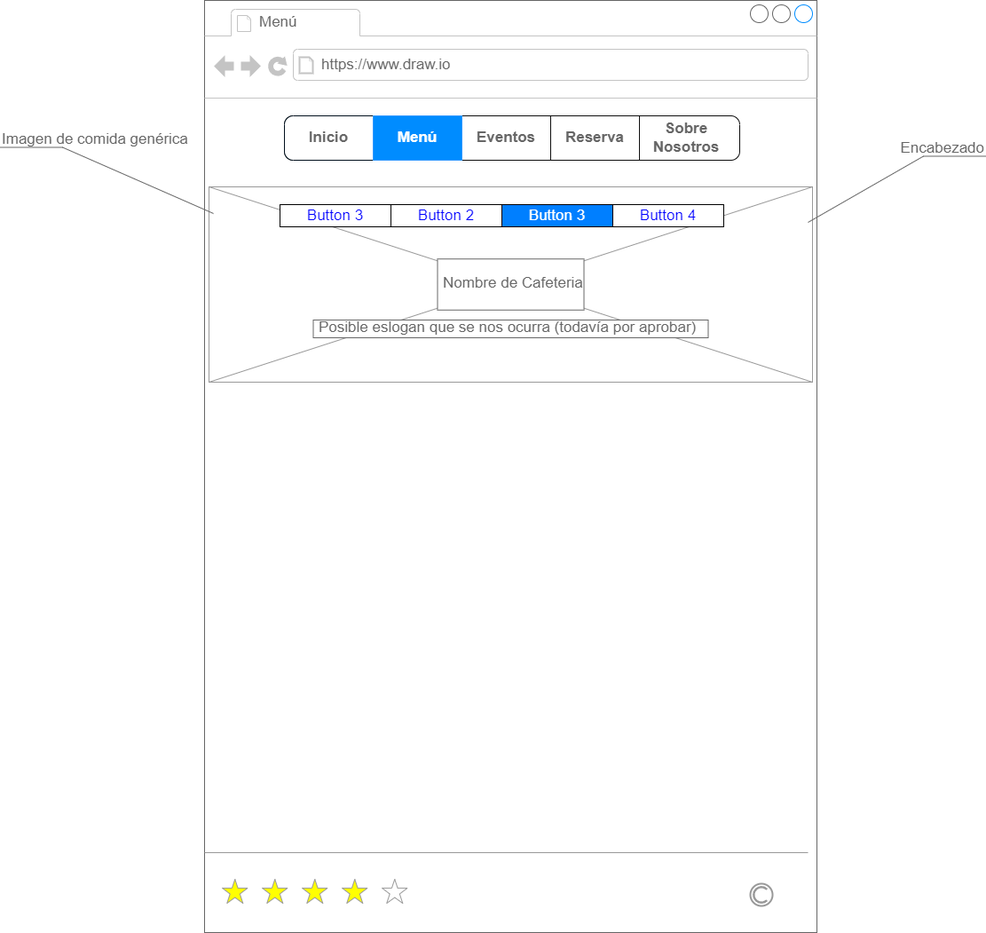
luciarinconpozo/Cibercafe keeps this draw.io diagram as MOCKUPS/Mockups_Cibercafé-Menu.drawio.png. Above is the earlier version. Source tidied: cells renumbered, new cells last; positions are measured from the earlier drawing's top-left corner, leaving out a move shared by most shapes.
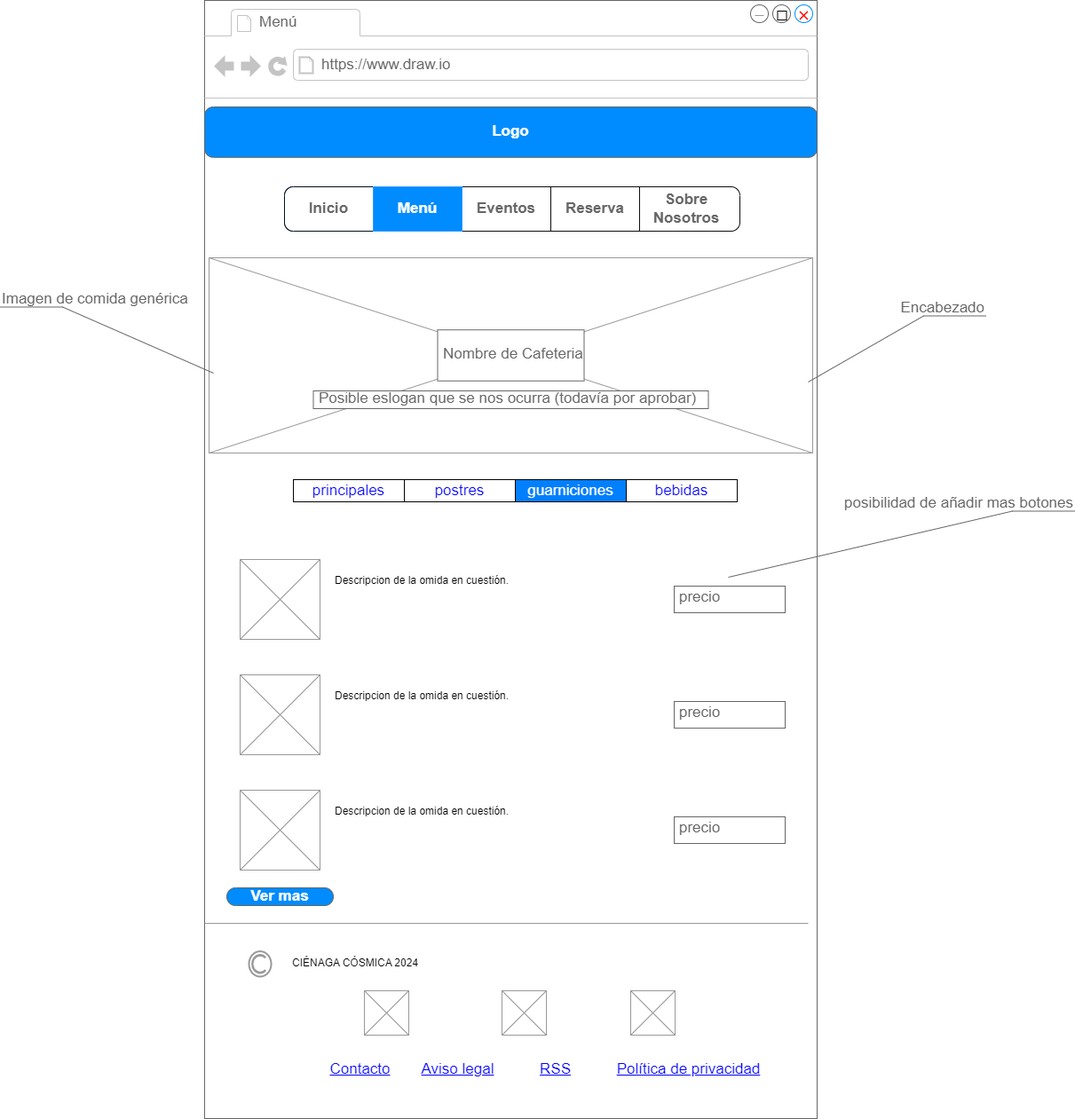
After the change.

Change to the diagram source:
```diff
@@ -3,7 +3,7 @@
     <mxCell id="0" />
     <mxCell id="1" parent="0" />
     <mxCell id="2" style="strokeWidth=1;shadow=0;dashed=0;align=center;html=1;shape=mxgraph.mockup.containers.browserWindow;rSize=0;strokeColor=#666666;strokeColor2=#008cff;strokeColor3=#c4c4c4;mainText=,;" parent="1" vertex="1">
-      <mxGeometry x="230" width="690" height="1050" as="geometry" />
+      <mxGeometry x="230" y="-180" width="690" height="1260" as="geometry" />
     </mxCell>
     <mxCell id="3" value="Menú" style="strokeWidth=1;shadow=0;dashed=0;align=center;html=1;shape=mxgraph.mockup.containers.anchor;fontSize=17;fontColor=#666666;align=left;whiteSpace=wrap;" parent="2" vertex="1">
       <mxGeometry x="60" y="12" width="110" height="26" as="geometry" />
@@ -11,41 +11,35 @@
     <mxCell id="4" value="https://www.draw.io" style="strokeWidth=1;shadow=0;dashed=0;align=center;html=1;shape=mxgraph.mockup.containers.anchor;rSize=0;fontSize=17;fontColor=#666666;align=left;" parent="2" vertex="1">
       <mxGeometry x="130" y="60" width="250" height="26" as="geometry" />
     </mxCell>
-    <mxCell id="5" style="verticalLabelPosition=bottom;shadow=0;dashed=0;align=center;html=1;verticalAlign=top;strokeWidth=1;shape=mxgraph.mockup.misc.rating;strokeColor=#999999;fillColor=#ffff00;emptyFillColor=#ffffff;grade=4;ratingScale=5;ratingStyle=star;" parent="2" vertex="1">
-      <mxGeometry x="20" y="990" width="225" height="30" as="geometry" />
-    </mxCell>
     <mxCell id="6" style="verticalLabelPosition=bottom;shadow=0;dashed=0;align=center;html=1;verticalAlign=top;strokeWidth=1;shape=mxgraph.mockup.markup.line;strokeColor=#999999;" parent="2" vertex="1">
-      <mxGeometry y="950" width="680" height="20" as="geometry" />
+      <mxGeometry y="1030" width="680" height="20" as="geometry" />
     </mxCell>
-    <mxCell id="7" style="strokeColor=#999999;verticalLabelPosition=bottom;shadow=0;dashed=0;verticalAlign=top;strokeWidth=2;html=1;shape=mxgraph.mockup.misc.copyrightIcon;" parent="2" vertex="1">
-      <mxGeometry x="615" y="995" width="25" height="25" as="geometry" />
-    </mxCell>
     <mxCell id="8" style="verticalLabelPosition=bottom;shadow=0;dashed=0;align=center;html=1;verticalAlign=top;strokeWidth=1;shape=mxgraph.mockup.graphics.simpleIcon;strokeColor=#999999;" parent="2" vertex="1">
-      <mxGeometry x="5" y="210" width="680" height="220" as="geometry" />
+      <mxGeometry x="5" y="290" width="680" height="220" as="geometry" />
     </mxCell>
     <mxCell id="9" value="Nombre de Cafeteria" style="strokeWidth=1;shadow=0;dashed=0;align=center;html=1;shape=mxgraph.mockup.text.textBox;fontColor=#666666;align=left;fontSize=17;spacingLeft=4;spacingTop=-3;whiteSpace=wrap;strokeColor=#666666;mainText=;" parent="2" vertex="1">
-      <mxGeometry x="262.5" y="291.2" width="165" height="57.5" as="geometry" />
+      <mxGeometry x="262.5" y="371.2" width="165" height="57.5" as="geometry" />
     </mxCell>
     <mxCell id="10" style="strokeWidth=1;shadow=0;dashed=0;align=center;html=1;shape=mxgraph.mockup.text.rrect;rSize=0;strokeColor=#000000;" parent="2" vertex="1">
-      <mxGeometry x="85" y="230" width="500" height="25" as="geometry" />
+      <mxGeometry x="100" y="540" width="500" height="25" as="geometry" />
     </mxCell>
-    <mxCell id="11" value="Button 2" style="strokeColor=inherit;fillColor=inherit;gradientColor=inherit;strokeWidth=1;shadow=0;dashed=0;align=center;html=1;shape=mxgraph.mockup.text.rrect;rSize=0;fontSize=17;fontColor=#0000ff;whiteSpace=wrap;" parent="10" vertex="1">
+    <mxCell id="11" value="postres" style="strokeColor=inherit;fillColor=inherit;gradientColor=inherit;strokeWidth=1;shadow=0;dashed=0;align=center;html=1;shape=mxgraph.mockup.text.rrect;rSize=0;fontSize=17;fontColor=#0000ff;whiteSpace=wrap;" parent="10" vertex="1">
       <mxGeometry x="125" width="125" height="25" as="geometry" />
     </mxCell>
-    <mxCell id="12" value="Button 3" style="strokeColor=#000000;fillColor=#007FFF;gradientColor=inherit;strokeWidth=1;shadow=0;dashed=0;align=center;html=1;shape=mxgraph.mockup.text.rrect;rSize=0;fontSize=17;fontColor=#ffffff;whiteSpace=wrap;" parent="10" vertex="1">
+    <mxCell id="12" value="guarniciones" style="strokeColor=#000000;fillColor=#007FFF;gradientColor=inherit;strokeWidth=1;shadow=0;dashed=0;align=center;html=1;shape=mxgraph.mockup.text.rrect;rSize=0;fontSize=17;fontColor=#ffffff;whiteSpace=wrap;" parent="10" vertex="1">
       <mxGeometry x="250" width="125" height="25" as="geometry" />
     </mxCell>
-    <mxCell id="13" value="Button 4" style="strokeColor=inherit;fillColor=inherit;gradientColor=inherit;strokeWidth=1;shadow=0;dashed=0;align=center;html=1;shape=mxgraph.mockup.text.rrect;rSize=0;fontSize=17;fontColor=#0000ff;whiteSpace=wrap;" parent="10" vertex="1">
+    <mxCell id="13" value="bebidas" style="strokeColor=inherit;fillColor=inherit;gradientColor=inherit;strokeWidth=1;shadow=0;dashed=0;align=center;html=1;shape=mxgraph.mockup.text.rrect;rSize=0;fontSize=17;fontColor=#0000ff;whiteSpace=wrap;" parent="10" vertex="1">
       <mxGeometry x="375" width="125" height="25" as="geometry" />
     </mxCell>
-    <mxCell id="14" value="&lt;span style=&quot;color: rgb(0, 0, 255);&quot;&gt;Button 3&lt;/span&gt;" style="strokeWidth=1;shadow=0;dashed=0;align=center;html=1;shape=mxgraph.mockup.text.rrect;rSize=0;fontSize=17;fontColor=#ffffff;fillColor=#FFFFFF;strokeColor=#000000;whiteSpace=wrap;" parent="10" vertex="1">
+    <mxCell id="14" value="&lt;span style=&quot;color: rgb(0, 0, 255);&quot;&gt;principales&lt;/span&gt;" style="strokeWidth=1;shadow=0;dashed=0;align=center;html=1;shape=mxgraph.mockup.text.rrect;rSize=0;fontSize=17;fontColor=#ffffff;fillColor=#FFFFFF;strokeColor=#000000;whiteSpace=wrap;" parent="10" vertex="1">
       <mxGeometry width="125" height="25" as="geometry" />
     </mxCell>
     <mxCell id="15" value="Posible eslogan que se nos ocurra (todavía por aprobar)" style="strokeWidth=1;shadow=0;dashed=0;align=center;html=1;shape=mxgraph.mockup.text.textBox;fontColor=#666666;align=left;fontSize=17;spacingLeft=4;spacingTop=-3;whiteSpace=wrap;strokeColor=#666666;mainText=;" parent="2" vertex="1">
-      <mxGeometry x="122.5" y="360" width="445" height="20" as="geometry" />
+      <mxGeometry x="122.5" y="440" width="445" height="20" as="geometry" />
     </mxCell>
     <mxCell id="16" style="strokeWidth=1;shadow=0;dashed=0;align=center;html=1;shape=mxgraph.mockup.rrect;rSize=10;fillColor=#ffffff;strokeColor=#0D0D0D;" parent="2" vertex="1">
-      <mxGeometry x="90" y="130" width="510" height="50" as="geometry" />
+      <mxGeometry x="90" y="210" width="510" height="50" as="geometry" />
     </mxCell>
     <mxCell id="17" value="Eventos" style="strokeColor=inherit;fillColor=inherit;gradientColor=inherit;strokeWidth=1;shadow=0;dashed=0;align=center;html=1;shape=mxgraph.mockup.rrect;rSize=0;fontSize=17;fontColor=#666666;fontStyle=1;whiteSpace=wrap;" parent="16" vertex="1">
       <mxGeometry width="100" height="50" relative="1" as="geometry">
@@ -66,11 +60,83 @@
     <mxCell id="21" value="&lt;font color=&quot;#ffffff&quot;&gt;Menú&lt;/font&gt;" style="strokeColor=#3399FF;fillColor=#008CFF;gradientColor=inherit;strokeWidth=1;shadow=0;dashed=0;align=center;html=1;shape=mxgraph.mockup.rrect;rSize=0;fontSize=17;fontColor=#666666;fontStyle=1;whiteSpace=wrap;" parent="16" vertex="1">
       <mxGeometry x="100" width="100" height="50" as="geometry" />
     </mxCell>
+    <mxCell id="24" style="verticalLabelPosition=bottom;shadow=0;dashed=0;align=center;html=1;verticalAlign=top;strokeWidth=1;shape=mxgraph.mockup.graphics.simpleIcon;strokeColor=#999999;" parent="2" vertex="1">
+      <mxGeometry x="40" y="630" width="90" height="90" as="geometry" />
+    </mxCell>
+    <mxCell id="25" value="Descripcion de la omida en cuestión." style="text;spacingTop=-5;whiteSpace=wrap;html=1;align=left;fontSize=12;fontFamily=Helvetica;fillColor=none;strokeColor=none;" parent="2" vertex="1">
+      <mxGeometry x="145" y="645" width="295" height="60" as="geometry" />
+    </mxCell>
+    <mxCell id="26" style="verticalLabelPosition=bottom;shadow=0;dashed=0;align=center;html=1;verticalAlign=top;strokeWidth=1;shape=mxgraph.mockup.graphics.simpleIcon;strokeColor=#999999;" parent="2" vertex="1">
+      <mxGeometry x="40" y="760" width="90" height="90" as="geometry" />
+    </mxCell>
+    <mxCell id="27" style="verticalLabelPosition=bottom;shadow=0;dashed=0;align=center;html=1;verticalAlign=top;strokeWidth=1;shape=mxgraph.mockup.graphics.simpleIcon;strokeColor=#999999;" parent="2" vertex="1">
+      <mxGeometry x="40" y="890" width="90" height="90" as="geometry" />
+    </mxCell>
+    <mxCell id="28" value="Descripcion de la omida en cuestión." style="text;spacingTop=-5;whiteSpace=wrap;html=1;align=left;fontSize=12;fontFamily=Helvetica;fillColor=none;strokeColor=none;" parent="2" vertex="1">
+      <mxGeometry x="145" y="775" width="295" height="60" as="geometry" />
+    </mxCell>
+    <mxCell id="29" value="Descripcion de la omida en cuestión." style="text;spacingTop=-5;whiteSpace=wrap;html=1;align=left;fontSize=12;fontFamily=Helvetica;fillColor=none;strokeColor=none;" parent="2" vertex="1">
+      <mxGeometry x="145" y="905" width="295" height="60" as="geometry" />
+    </mxCell>
+    <mxCell id="30" value="precio" style="strokeWidth=1;shadow=0;dashed=0;align=center;html=1;shape=mxgraph.mockup.text.textBox;fontColor=#666666;align=left;fontSize=17;spacingLeft=4;spacingTop=-3;whiteSpace=wrap;strokeColor=#666666;mainText=;" parent="2" vertex="1">
+      <mxGeometry x="529" y="660" width="125" height="30" as="geometry" />
+    </mxCell>
+    <mxCell id="31" value="precio" style="strokeWidth=1;shadow=0;dashed=0;align=center;html=1;shape=mxgraph.mockup.text.textBox;fontColor=#666666;align=left;fontSize=17;spacingLeft=4;spacingTop=-3;whiteSpace=wrap;strokeColor=#666666;mainText=;" parent="2" vertex="1">
+      <mxGeometry x="529" y="920" width="125" height="30" as="geometry" />
+    </mxCell>
+    <mxCell id="32" value="precio" style="strokeWidth=1;shadow=0;dashed=0;align=center;html=1;shape=mxgraph.mockup.text.textBox;fontColor=#666666;align=left;fontSize=17;spacingLeft=4;spacingTop=-3;whiteSpace=wrap;strokeColor=#666666;mainText=;" parent="2" vertex="1">
+      <mxGeometry x="529" y="790" width="125" height="30" as="geometry" />
+    </mxCell>
+    <mxCell id="33" value="Ver mas" style="strokeWidth=1;shadow=0;dashed=0;align=center;html=1;shape=mxgraph.mockup.buttons.button;strokeColor=#666666;fontColor=#ffffff;mainText=;buttonStyle=round;fontSize=17;fontStyle=1;fillColor=#008cff;whiteSpace=wrap;" parent="2" vertex="1">
+      <mxGeometry x="25" y="1000" width="120" height="20" as="geometry" />
+    </mxCell>
+    <mxCell id="34" style="shape=mxgraph.mockup.markup.redX;fillColor=#ff0000;html=1;shadow=0;whiteSpace=wrap;strokeColor=none;" parent="2" vertex="1">
+      <mxGeometry x="670" y="12" width="10" height="10" as="geometry" />
+    </mxCell>
+    <mxCell id="35" style="verticalLabelPosition=bottom;shadow=0;dashed=0;align=center;html=1;verticalAlign=top;strokeWidth=1;shape=mxgraph.mockup.markup.line;strokeColor=#999999;" parent="2" vertex="1">
+      <mxGeometry x="620" y="12" width="10" height="10" as="geometry" />
+    </mxCell>
+    <mxCell id="36" style="whiteSpace=wrap;html=1;" parent="2" vertex="1">
+      <mxGeometry x="645.5" y="12" width="10" height="10" as="geometry" />
+    </mxCell>
+    <mxCell id="37" style="strokeColor=#999999;verticalLabelPosition=bottom;shadow=0;dashed=0;verticalAlign=top;strokeWidth=2;html=1;shape=mxgraph.mockup.misc.copyrightIcon;" parent="2" vertex="1">
+      <mxGeometry x="50" y="1071.6" width="25" height="28.4" as="geometry" />
+    </mxCell>
+    <mxCell id="38" value="Contacto" style="shape=rectangle;strokeColor=none;fillColor=none;linkText=;fontSize=17;fontColor=#0000ff;fontStyle=4;html=1;align=center;" parent="2" vertex="1">
+      <mxGeometry x="100" y="1190.1" width="150" height="30" as="geometry" />
+    </mxCell>
+    <mxCell id="39" value="Política de privacidad" style="shape=rectangle;strokeColor=none;fillColor=none;linkText=;fontSize=17;fontColor=#0000ff;fontStyle=4;html=1;align=center;" parent="2" vertex="1">
+      <mxGeometry x="470" y="1190.1" width="150" height="30" as="geometry" />
+    </mxCell>
+    <mxCell id="40" value="RSS" style="shape=rectangle;strokeColor=none;fillColor=none;linkText=;fontSize=17;fontColor=#0000ff;fontStyle=4;html=1;align=center;" parent="2" vertex="1">
+      <mxGeometry x="320" y="1190.1" width="150" height="30" as="geometry" />
+    </mxCell>
+    <mxCell id="41" value="Aviso legal" style="shape=rectangle;strokeColor=none;fillColor=none;linkText=;fontSize=17;fontColor=#0000ff;fontStyle=4;html=1;align=center;" parent="2" vertex="1">
+      <mxGeometry x="210" y="1190.1" width="150" height="30" as="geometry" />
+    </mxCell>
+    <mxCell id="42" value="CIÉNAGA CÓSMICA 2024" style="text;html=1;align=center;verticalAlign=middle;whiteSpace=wrap;rounded=0;" parent="2" vertex="1">
+      <mxGeometry x="90" y="1070" width="160" height="30" as="geometry" />
+    </mxCell>
+    <mxCell id="43" style="verticalLabelPosition=bottom;shadow=0;dashed=0;align=center;html=1;verticalAlign=top;strokeWidth=1;shape=mxgraph.mockup.graphics.simpleIcon;strokeColor=#999999;" parent="2" vertex="1">
+      <mxGeometry x="180" y="1116" width="50" height="50" as="geometry" />
+    </mxCell>
+    <mxCell id="44" style="verticalLabelPosition=bottom;shadow=0;dashed=0;align=center;html=1;verticalAlign=top;strokeWidth=1;shape=mxgraph.mockup.graphics.simpleIcon;strokeColor=#999999;" parent="2" vertex="1">
+      <mxGeometry x="335" y="1116" width="50" height="50" as="geometry" />
+    </mxCell>
+    <mxCell id="45" style="verticalLabelPosition=bottom;shadow=0;dashed=0;align=center;html=1;verticalAlign=top;strokeWidth=1;shape=mxgraph.mockup.graphics.simpleIcon;strokeColor=#999999;" parent="2" vertex="1">
+      <mxGeometry x="480" y="1116" width="50" height="50" as="geometry" />
+    </mxCell>
+    <mxCell id="46" value="Logo" style="strokeWidth=1;shadow=0;dashed=0;align=center;html=1;shape=mxgraph.mockup.buttons.button;strokeColor=#666666;fontColor=#ffffff;mainText=;buttonStyle=round;fontSize=17;fontStyle=1;fillColor=#008cff;whiteSpace=wrap;" parent="2" vertex="1">
+      <mxGeometry y="120" width="690" height="56.8" as="geometry" />
+    </mxCell>
     <mxCell id="22" value="Imagen de comida&amp;nbsp;&lt;span style=&quot;background-color: initial;&quot;&gt;genérica&lt;/span&gt;" style="strokeWidth=1;shadow=0;dashed=0;align=center;html=1;shape=mxgraph.mockup.text.callout;linkText=;textSize=17;textColor=#666666;callDir=NW;callStyle=line;fontSize=17;fontColor=#666666;align=left;verticalAlign=top;strokeColor=#666666;" parent="1" vertex="1">
       <mxGeometry y="140" width="240" height="100" as="geometry" />
     </mxCell>
     <mxCell id="23" value="Encabezado" style="strokeWidth=1;shadow=0;dashed=0;align=center;html=1;shape=mxgraph.mockup.text.callout;linkText=;textSize=17;textColor=#666666;callDir=NE;callStyle=line;fontSize=17;fontColor=#666666;align=right;verticalAlign=top;strokeColor=#666666;direction=east;" parent="1" vertex="1">
       <mxGeometry x="910" y="150" width="200" height="100" as="geometry" />
     </mxCell>
+    <mxCell id="47" value="posibilidad de añadir mas botones" style="strokeWidth=1;shadow=0;dashed=0;align=center;html=1;shape=mxgraph.mockup.text.callout;linkText=;textSize=17;textColor=#666666;callDir=NE;callStyle=line;fontSize=17;fontColor=#666666;align=right;verticalAlign=top;strokeColor=#666666;direction=east;" parent="1" vertex="1">
+      <mxGeometry x="820" y="370" width="390" height="100" as="geometry" />
+    </mxCell>
   </root>
 </mxGraphModel>
```
